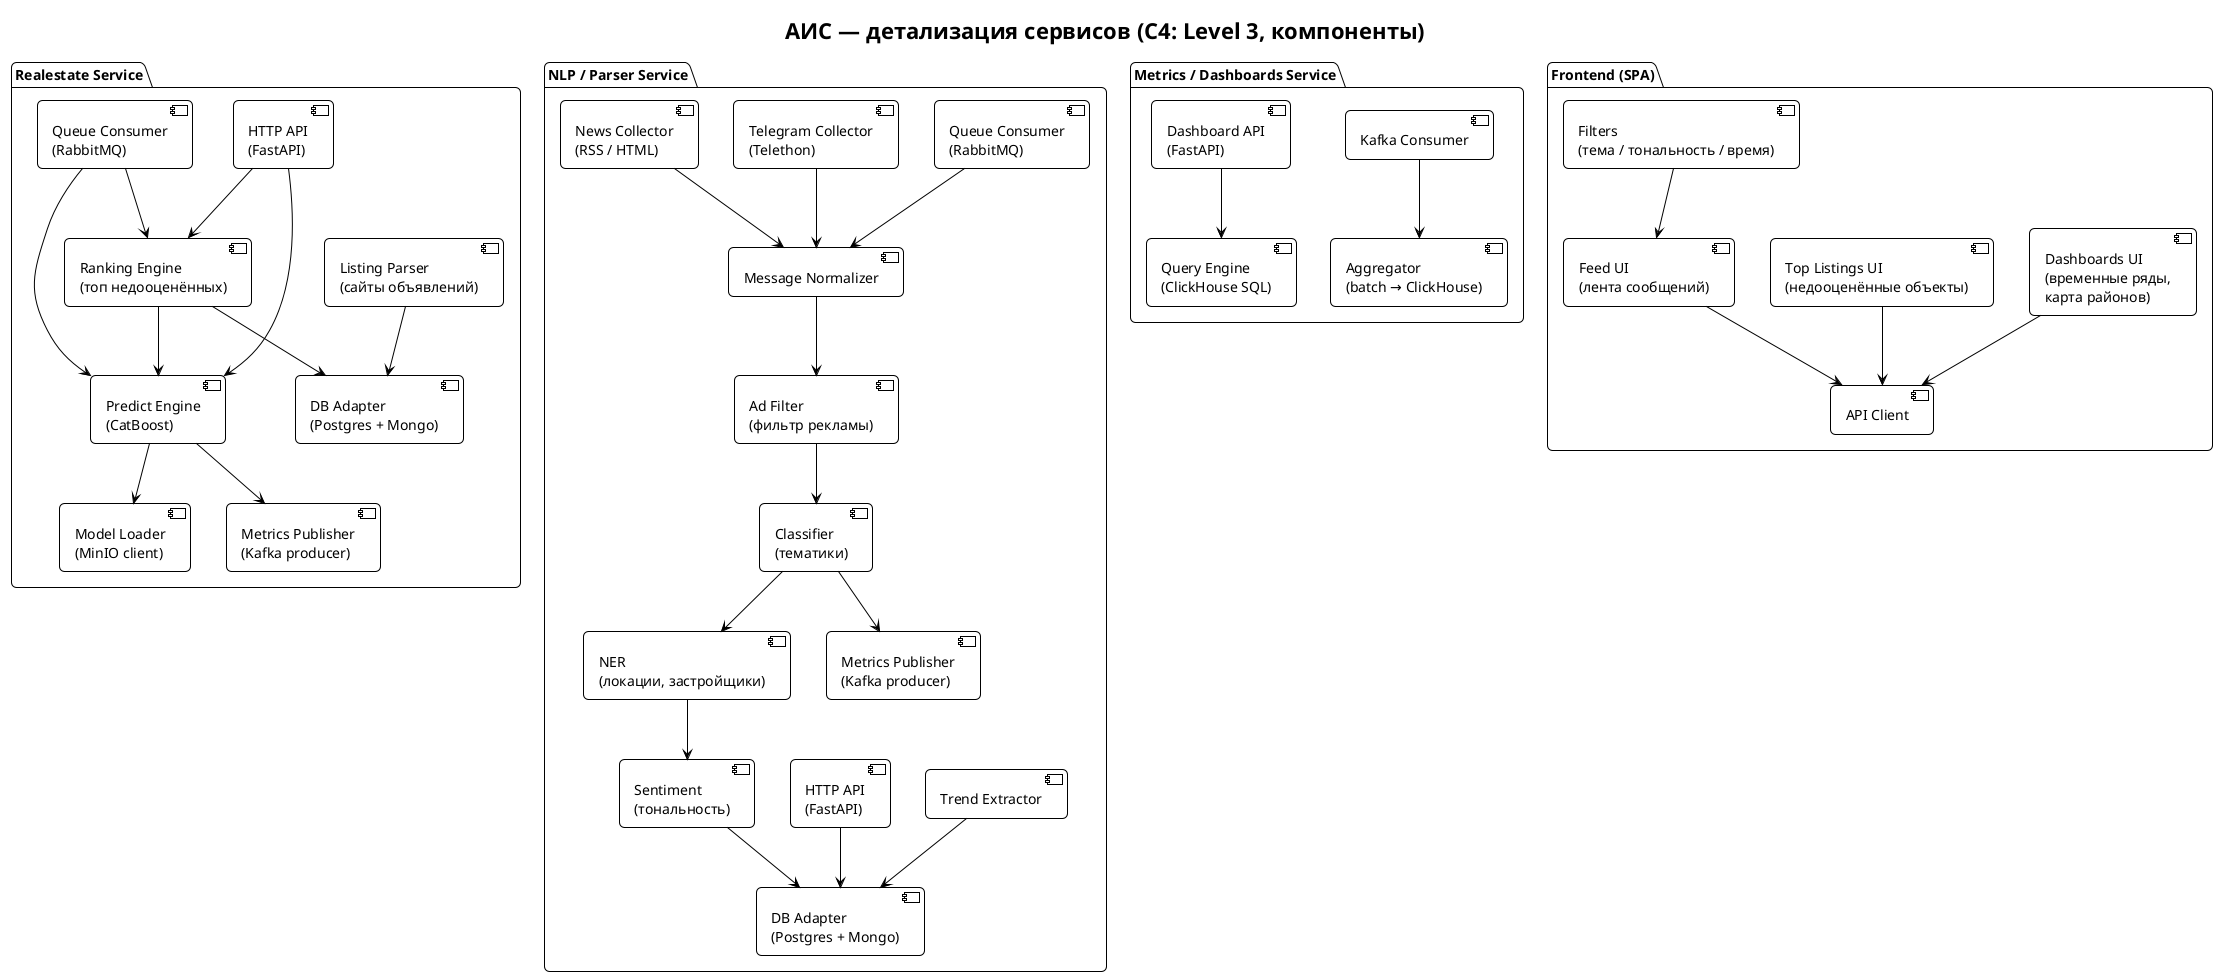
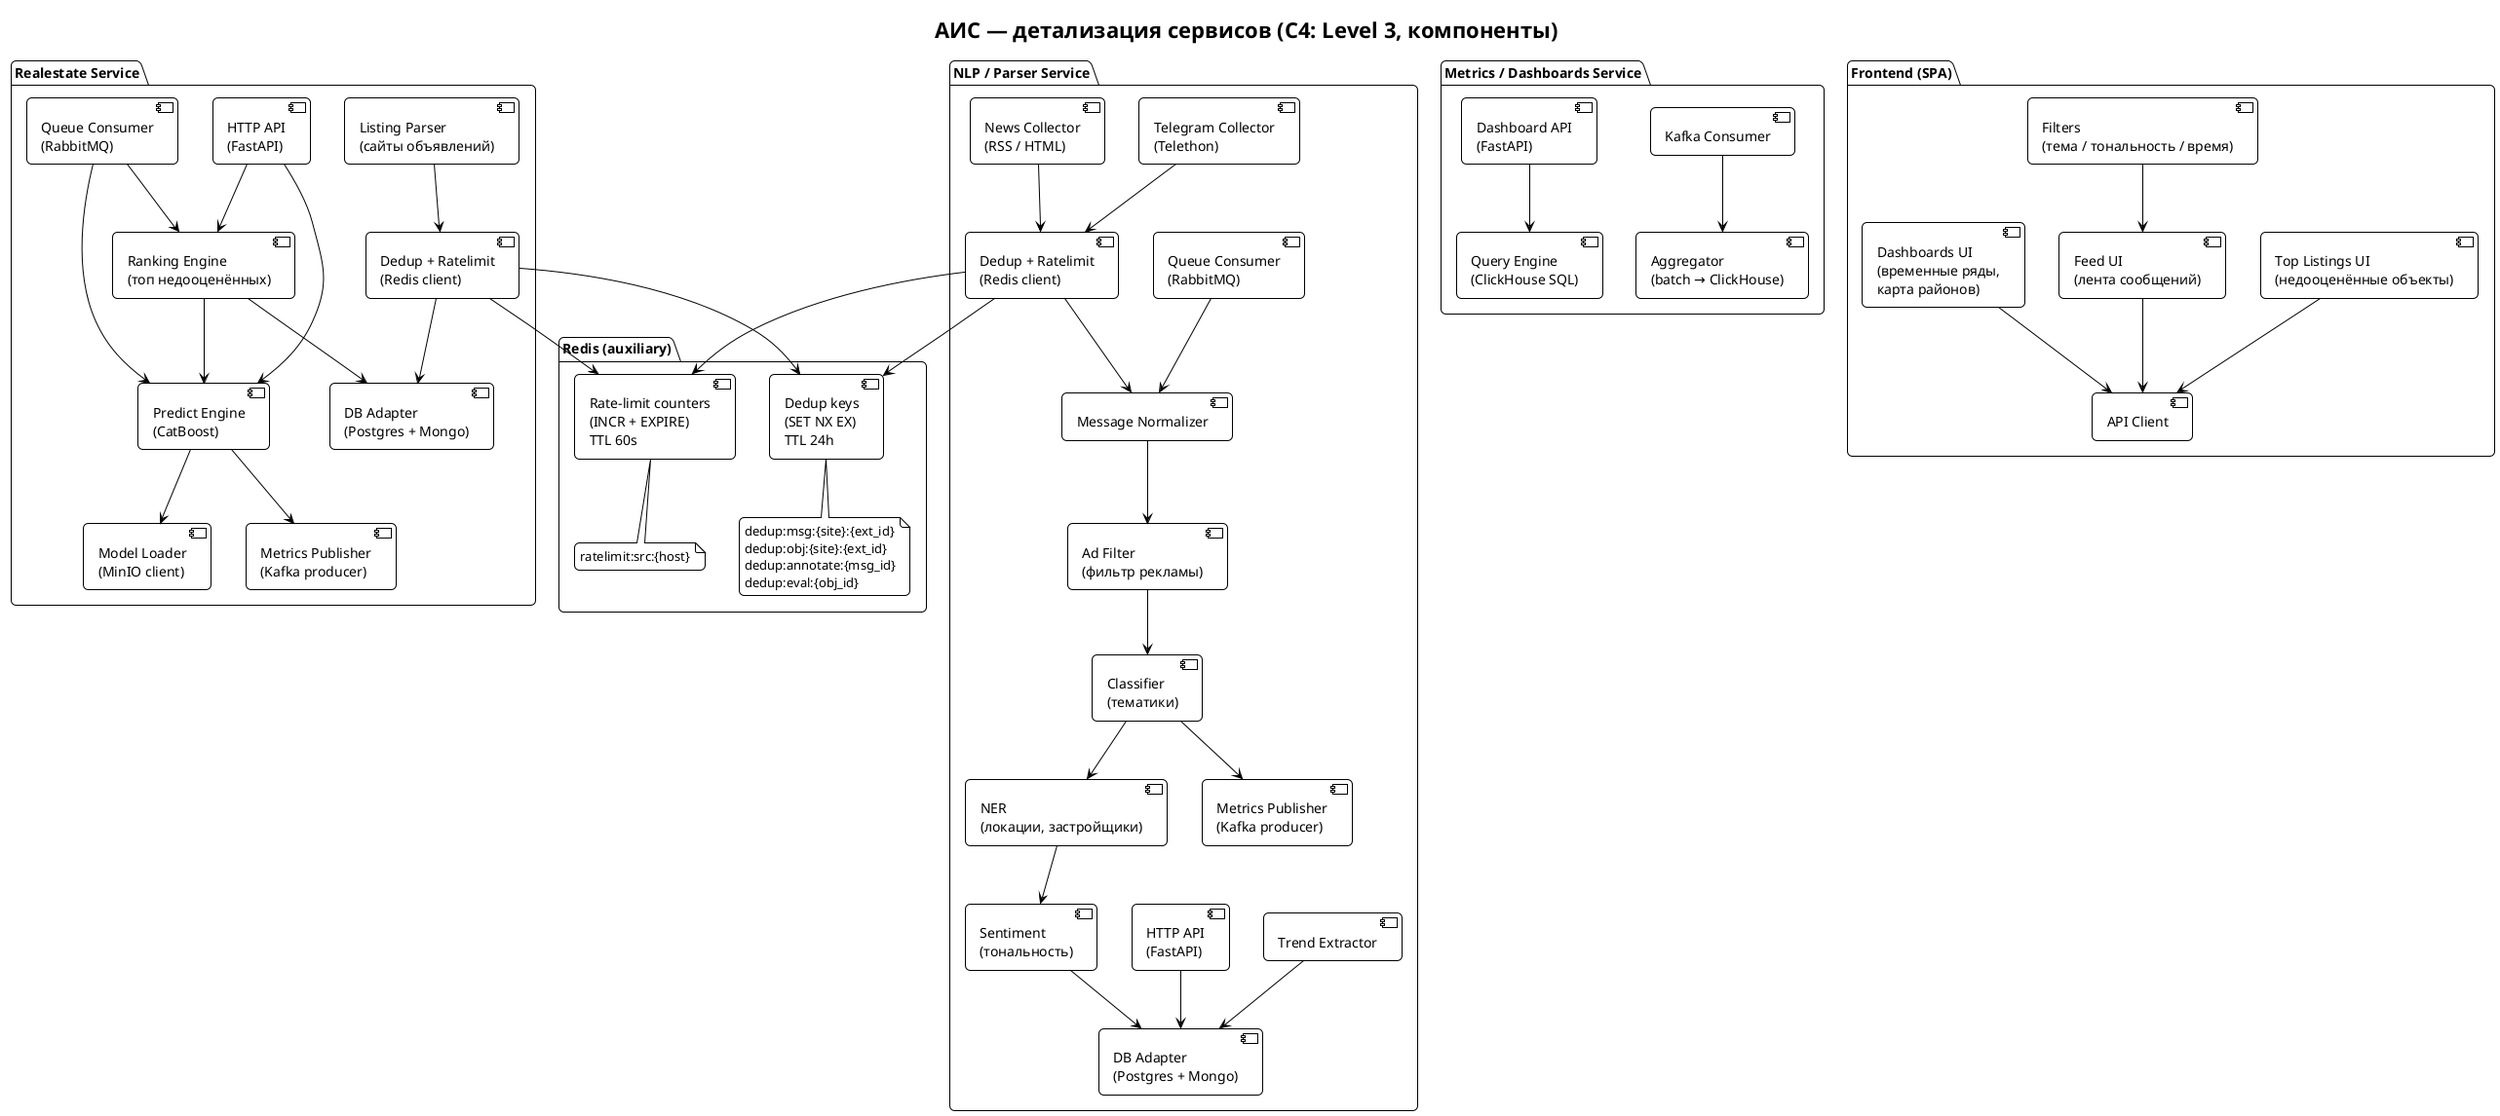
@startuml component
!theme plain
title АИС — детализация сервисов (C4: Level 3, компоненты)

skinparam backgroundColor #FFFFFF
skinparam roundCorner 10
skinparam shadowing false
skinparam defaultFontName "Helvetica"

' === Realestate Service ===
package "Realestate Service" {
  component "HTTP API\n(FastAPI)" as re_api
  component "Predict Engine\n(CatBoost)" as re_predict
  component "Ranking Engine\n(топ недооценённых)" as re_rank
  component "Model Loader\n(MinIO client)" as re_loader
  component "Listing Parser\n(сайты объявлений)" as re_parser
  component "Queue Consumer\n(RabbitMQ)" as re_consumer
  component "Metrics Publisher\n(Kafka producer)" as re_metrics
  component "DB Adapter\n(Postgres + Mongo)" as re_db
+   component "Dedup + Ratelimit\n(Redis client)" as re_redis

  re_api --> re_predict
  re_api --> re_rank
  re_rank --> re_predict
  re_predict --> re_loader
  re_consumer --> re_predict
  re_consumer --> re_rank
-   re_parser --> re_db
+   re_parser --> re_redis
+   re_redis --> re_db
  re_predict --> re_metrics
  re_rank --> re_db
}

' === NLP / Parser Service ===
package "NLP / Parser Service" {
  component "Telegram Collector\n(Telethon)" as nlp_tg
  component "News Collector\n(RSS / HTML)" as nlp_news
  component "Message Normalizer" as nlp_norm
  component "Classifier\n(тематики)" as nlp_clf
  component "NER\n(локации, застройщики)" as nlp_ner
  component "Sentiment\n(тональность)" as nlp_sent
  component "Ad Filter\n(фильтр рекламы)" as nlp_ad
  component "Trend Extractor" as nlp_trend
  component "HTTP API\n(FastAPI)" as nlp_api
  component "Queue Consumer\n(RabbitMQ)" as nlp_consumer
  component "Metrics Publisher\n(Kafka producer)" as nlp_metrics
  component "DB Adapter\n(Postgres + Mongo)" as nlp_db
+   component "Dedup + Ratelimit\n(Redis client)" as nlp_redis

-   nlp_tg --> nlp_norm
-   nlp_news --> nlp_norm
+   nlp_tg --> nlp_redis
+   nlp_news --> nlp_redis
+   nlp_redis --> nlp_norm
  nlp_norm --> nlp_ad
  nlp_ad --> nlp_clf
  nlp_clf --> nlp_ner
  nlp_ner --> nlp_sent
  nlp_sent --> nlp_db
  nlp_clf --> nlp_metrics
  nlp_trend --> nlp_db
  nlp_api --> nlp_db
  nlp_consumer --> nlp_norm
}

' === Metrics / Dashboards Service ===
package "Metrics / Dashboards Service" {
  component "Kafka Consumer" as m_consumer
  component "Aggregator\n(batch → ClickHouse)" as m_agg
  component "Dashboard API\n(FastAPI)" as m_api
  component "Query Engine\n(ClickHouse SQL)" as m_query

  m_consumer --> m_agg
  m_api --> m_query
}

' === Frontend ===
package "Frontend (SPA)" {
  component "Feed UI\n(лента сообщений)" as fe_feed
  component "Filters\n(тема / тональность / время)" as fe_filters
  component "Dashboards UI\n(временные ряды,\nкарта районов)" as fe_dash
  component "Top Listings UI\n(недооценённые объекты)" as fe_top
  component "API Client" as fe_api

  fe_feed --> fe_api
  fe_filters --> fe_feed
  fe_dash --> fe_api
  fe_top --> fe_api
}

+ ' === Redis (вспомогательный слой, ADR-0009) ===
+ package "Redis (auxiliary)" {
+   component "Dedup keys\n(SET NX EX)\nTTL 24h" as r_dedup
+   component "Rate-limit counters\n(INCR + EXPIRE)\nTTL 60s" as r_rl
+ 
+   note bottom of r_dedup
+     dedup:msg:{site}:{ext_id}
+     dedup:obj:{site}:{ext_id}
+     dedup:annotate:{msg_id}
+     dedup:eval:{obj_id}
+   end note
+   note bottom of r_rl
+     ratelimit:src:{host}
+   end note
+ }
+ 
+ re_redis --> r_dedup
+ re_redis --> r_rl
+ nlp_redis --> r_dedup
+ nlp_redis --> r_rl
+ 
@enduml
